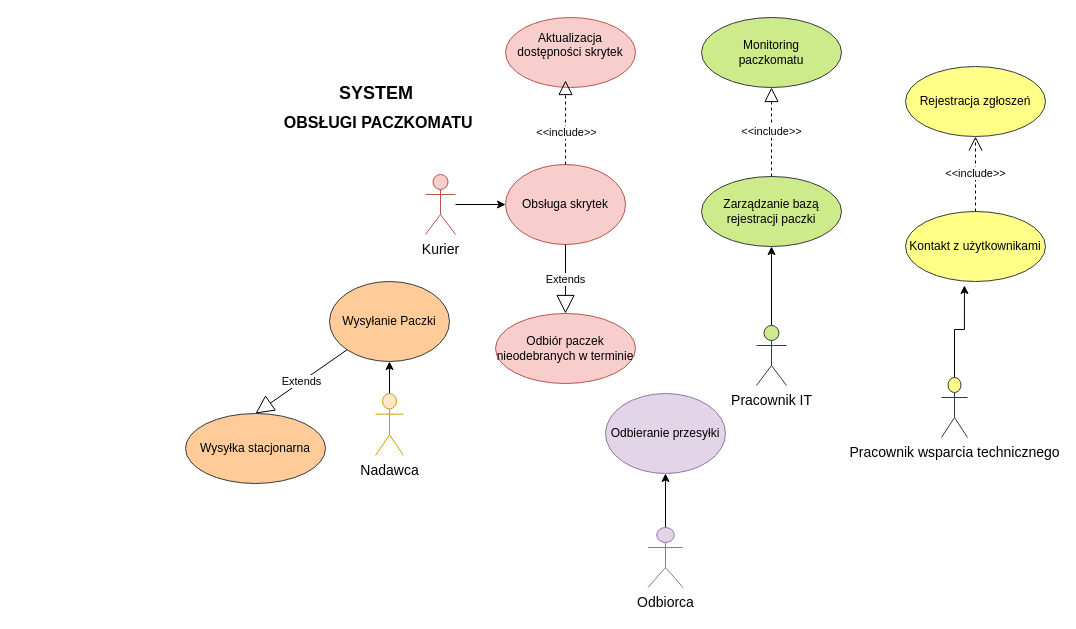
Above: diagram.drawio in mardyr/UML-and-diagrams (draw.io), before the change. Source tidied: cells renumbered, new cells numbered last; positions are measured from the earlier drawing's top-left corner, leaving out a move shared by most shapes. Both pictures are drawn from the tidied source at 100%, with x=0, y=0 at pixel (17, 17).
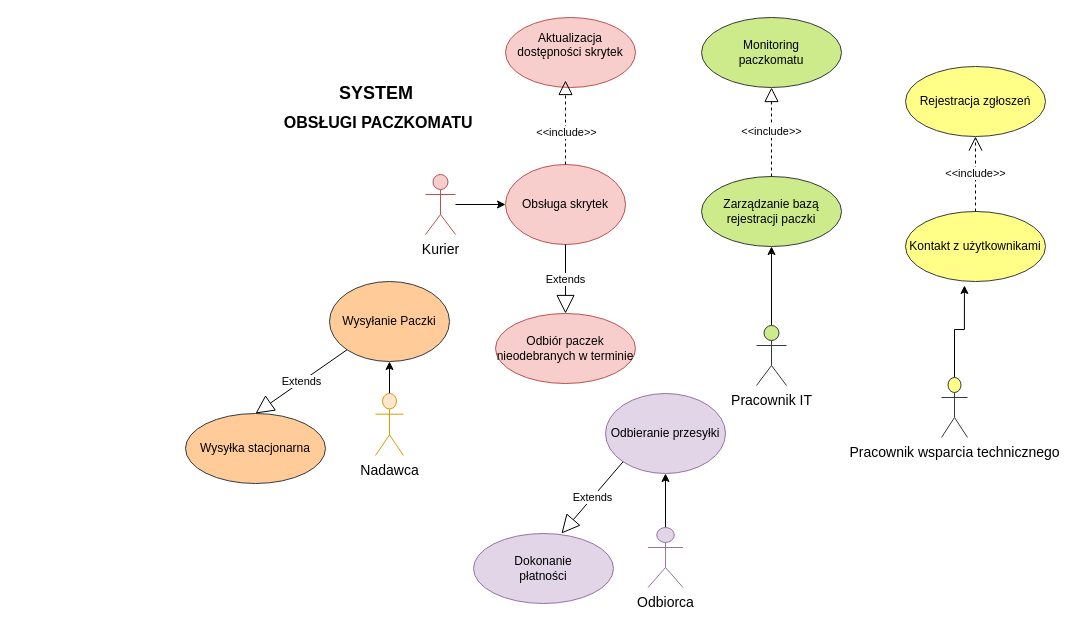
After the change.

Commit message:
Add extends for receiver .drawio

The change refers to these unchanged cells:
```xml
<mxCell id="13" value="Odbieranie przesyłki" style="ellipse;whiteSpace=wrap;html=1;fillColor=#e1d5e7;strokeColor=#9673a6;" parent="1" vertex="1">
  <mxGeometry x="588" y="376" width="120" height="80" as="geometry" />
</mxCell>
```

What changed in the source:
```diff
@@
+    <mxCell id="29" value="Extends" style="endArrow=block;endSize=16;endFill=0;html=1;exitX=0;exitY=1;exitDx=0;exitDy=0;" parent="1" edge="1" source="13">
+      <mxGeometry relative="1" as="geometry">
+        <mxPoint x="544" y="516" as="targetPoint" />
+      </mxGeometry>
+    </mxCell>
+    <mxCell id="30" value="&lt;div&gt;Dokonanie &lt;br&gt;&lt;/div&gt;&lt;div&gt;płatności&lt;br&gt;&lt;/div&gt;" style="ellipse;whiteSpace=wrap;html=1;fillColor=#e1d5e7;strokeColor=#9673a6;" parent="1" vertex="1">
+      <mxGeometry x="456" y="516" width="140" height="70" as="geometry" />
+    </mxCell>
```
